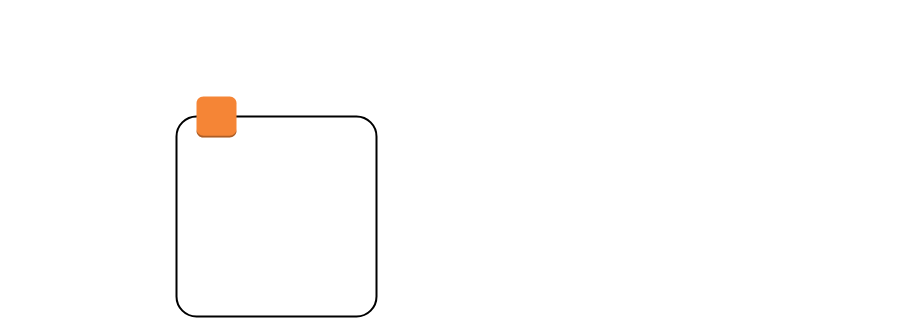
The draw.io diagram draw.io/Untitled Diagram.drawio in myagmartseren/pre_report, before the edit. Source tidied: cells renumbered, new cells numbered last; positions are measured from the earlier drawing's top-left corner, leaving out a move shared by most shapes. Both pictures are drawn from the tidied source at 100%, with x=0, y=0 at pixel (176, 96). Pictures stored in the file or linked from it are replaced by grey dashed boxes.
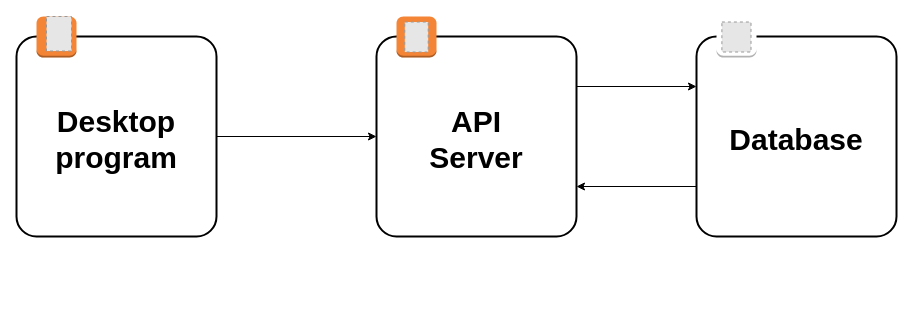
The same page after the edit.

The edit, as a diff of the source:
```diff
@@
 <mxGraphModel>
   <root>
     <mxCell id="0" />
     <mxCell id="1" parent="0" />
+    <mxCell id="4" style="group;" parent="1" vertex="1">
+      <mxGeometry x="200" y="-80" width="200" height="220" as="geometry" />
+    </mxCell>
-    <mxCell id="2" style="rounded=1;arcSize=10;dashed=0;fillColor=none;gradientColor=none;strokeWidth=2;" parent="1" vertex="1">
+    <mxCell id="2" value="API&#10;Server" style="rounded=1;arcSize=10;dashed=0;fillColor=none;gradientColor=none;strokeWidth=2;fontSize=30;fontStyle=1;" parent="4" vertex="1">
       <mxGeometry y="20" width="200" height="200" as="geometry" />
     </mxCell>
+    <mxCell id="5" style="group;" parent="4" vertex="1">
+      <mxGeometry x="20" width="40" height="41" as="geometry" />
+    </mxCell>
-    <mxCell id="3" style="dashed=0;html=1;shape=mxgraph.aws3.instance;fillColor=#F58536;gradientColor=none;dashed=0;" parent="1" vertex="1">
-      <mxGeometry x="20" width="40" height="41" as="geometry" />
+    <mxCell id="3" style="dashed=0;html=1;shape=mxgraph.aws3.instance;fillColor=#F58536;gradientColor=none;dashed=0;" parent="5" vertex="1">
+      <mxGeometry width="40" height="41" as="geometry" />
     </mxCell>
+    <mxCell id="6" style="fillColor=#E6E6E6;strokeColor=#999999;dashed=1;verticalLabelPosition=bottom;labelBackgroundColor=default;verticalAlign=top;" parent="5" vertex="1">
+      <mxGeometry x="8.3" y="5.5" width="23.4" height="30" as="geometry" />
+    </mxCell>
+    <mxCell id="7" style="group;" parent="1" vertex="1">
+      <mxGeometry x="520" y="-80" width="200" height="220" as="geometry" />
+    </mxCell>
+    <mxCell id="8" value="Database" style="rounded=1;arcSize=10;dashed=0;fillColor=none;gradientColor=none;strokeWidth=2;fontSize=30;fontStyle=1;" parent="7" vertex="1">
+      <mxGeometry y="20" width="200" height="200" as="geometry" />
+    </mxCell>
+    <mxCell id="9" style="html=1;shape=mxgraph.aws3.instance;fillColor=default;gradientColor=none;dashed=0;strokeWidth=2;strokeColor=#515761;" parent="7" vertex="1">
+      <mxGeometry x="20" width="40" height="41" as="geometry" />
+    </mxCell>
+    <mxCell id="10" style="fillColor=#E6E6E6;strokeColor=#999999;dashed=1;verticalLabelPosition=bottom;labelBackgroundColor=default;verticalAlign=top;" parent="7" vertex="1">
+      <mxGeometry x="25.4" y="5.5" width="29.1" height="30" as="geometry" />
+    </mxCell>
+    <mxCell id="11" style="group;" parent="1" vertex="1">
+      <mxGeometry x="-160" y="-80" width="200" height="220" as="geometry" />
+    </mxCell>
+    <mxCell id="12" value="Desktop&#10;program" style="rounded=1;arcSize=10;dashed=0;fillColor=none;gradientColor=none;strokeWidth=2;fontSize=30;fontStyle=1;" parent="11" vertex="1">
+      <mxGeometry y="20" width="200" height="200" as="geometry" />
+    </mxCell>
+    <mxCell id="13" style="dashed=0;html=1;shape=mxgraph.aws3.instance;fillColor=#F58536;gradientColor=none;dashed=0;" parent="11" vertex="1">
+      <mxGeometry x="20" width="40" height="41" as="geometry" />
+    </mxCell>
+    <mxCell id="14" style="fillColor=#E6E6E6;strokeColor=#999999;dashed=1;verticalLabelPosition=bottom;labelBackgroundColor=default;verticalAlign=top;" parent="11" vertex="1">
+      <mxGeometry x="30" width="25" height="34.5" as="geometry" />
+    </mxCell>
+    <mxCell id="15" style="edgeStyle=orthogonalEdgeStyle;rounded=0;jettySize=auto;html=1;exitX=1;exitY=0.5;exitDx=0;exitDy=0;entryX=0;entryY=0.5;entryDx=0;entryDy=0;" parent="1" edge="1" source="12" target="2">
+      <mxGeometry relative="1" as="geometry" />
+    </mxCell>
+    <mxCell id="16" style="edgeStyle=orthogonalEdgeStyle;rounded=0;jettySize=auto;html=1;exitX=1;exitY=0.25;exitDx=0;exitDy=0;entryX=0;entryY=0.25;entryDx=0;entryDy=0;" parent="1" edge="1" source="2" target="8">
+      <mxGeometry relative="1" as="geometry" />
+    </mxCell>
+    <mxCell id="17" style="edgeStyle=orthogonalEdgeStyle;rounded=0;jettySize=auto;html=1;exitX=0;exitY=0.75;exitDx=0;exitDy=0;entryX=1;entryY=0.75;entryDx=0;entryDy=0;" parent="1" edge="1" source="8" target="2">
+      <mxGeometry relative="1" as="geometry" />
+    </mxCell>
   </root>
 </mxGraphModel>
```
